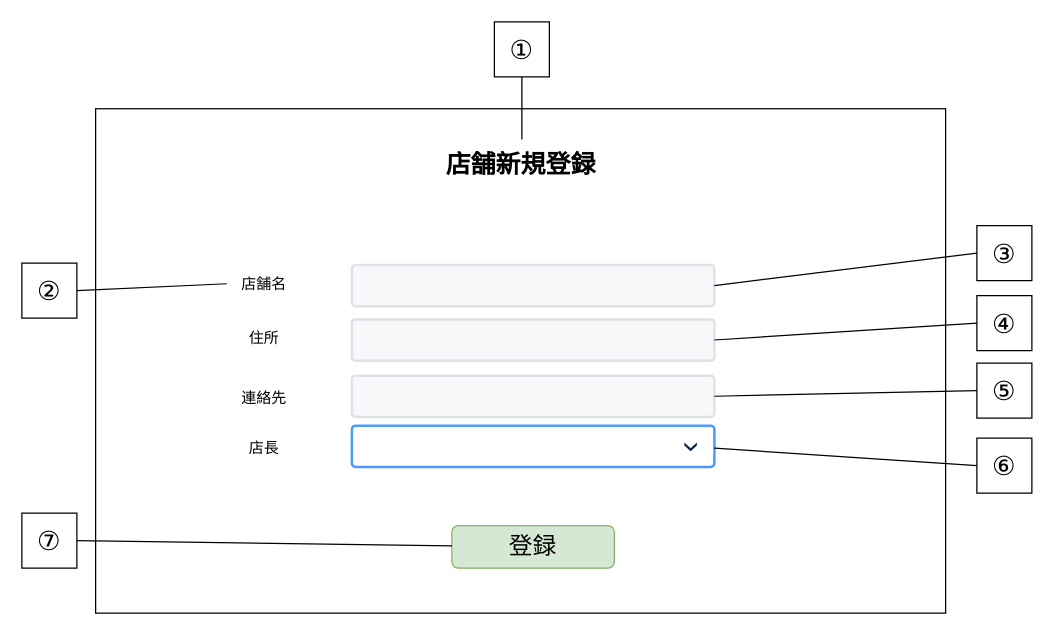
This is page "店舗_新規登録画面" (2 of 10) of 各種設計書/6.画面設計書/画面設計.drawio from HaruShim/Sotuken, a draw.io file, before an edit. Source tidied: cells renumbered, new cells numbered last; positions are measured from the earlier drawing's top-left corner, leaving out a move shared by most shapes. Both pictures are drawn from the tidied source at 125%, with x=0, y=0 at pixel (21, 21).
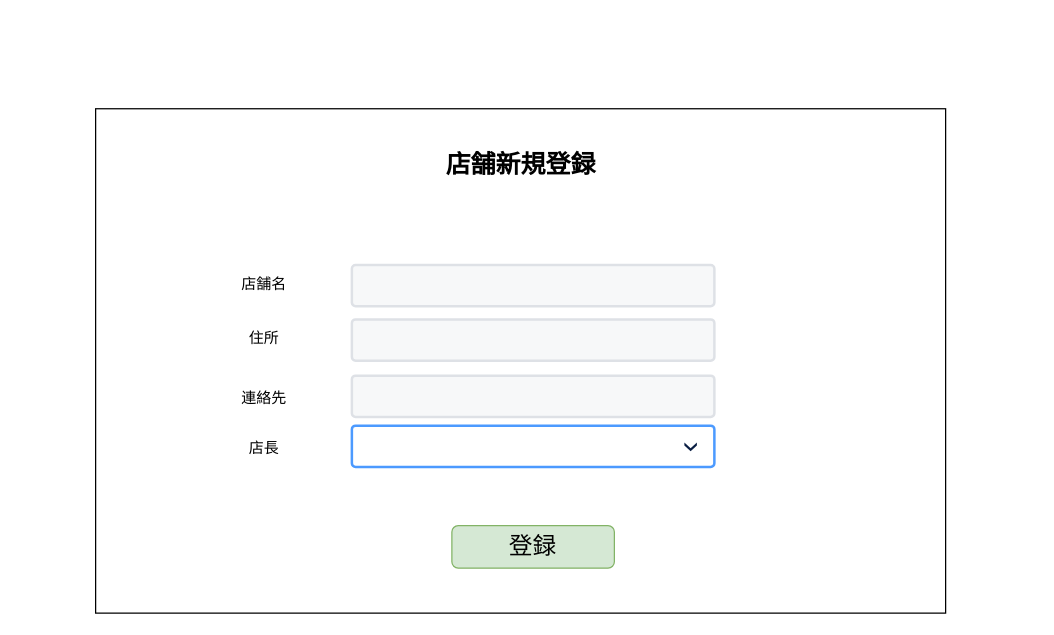
After the change.

Unchanged cells that the change refers to:
```xml
<mxCell id="4" value="店舗名" style="text;html=1;strokeColor=none;fillColor=none;align=center;verticalAlign=middle;whiteSpace=wrap;rounded=0;" parent="1" vertex="1">
  <mxGeometry x="164" y="194.5" width="60" height="30" as="geometry" />
</mxCell>
<mxCell id="5" style="rounded=1;arcSize=9;fillColor=#F7F8F9;align=left;spacingLeft=5;strokeColor=#DEE1E6;html=1;strokeWidth=2;fontSize=12;" parent="1" vertex="1">
  <mxGeometry x="264" y="194.5" width="290" height="33" as="geometry" />
</mxCell>
<mxCell id="7" style="rounded=1;arcSize=9;fillColor=#F7F8F9;align=left;spacingLeft=5;strokeColor=#DEE1E6;html=1;strokeWidth=2;fontSize=12;" parent="1" vertex="1">
  <mxGeometry x="264" y="238" width="290" height="33" as="geometry" />
</mxCell>
<mxCell id="9" style="rounded=1;arcSize=9;fillColor=#F7F8F9;align=left;spacingLeft=5;strokeColor=#DEE1E6;html=1;strokeWidth=2;fontSize=12;" parent="1" vertex="1">
  <mxGeometry x="264" y="283" width="290" height="33" as="geometry" />
</mxCell>
<mxCell id="13" value="&lt;span style=&quot;font-size: 19px&quot;&gt;登録&lt;/span&gt;" style="rounded=1;whiteSpace=wrap;html=1;align=center;labelBackgroundColor=none;fillColor=#d5e8d4;strokeColor=#82b366;" parent="1" vertex="1">
  <mxGeometry x="344" y="403" width="130" height="34" as="geometry" />
</mxCell>
```

What changed in the source:
```diff
@@
-    <mxCell id="2" style="rounded=0;whiteSpace=wrap;html=1;fillColor=default;strokeColor=default;fontColor=default;" parent="1" vertex="1">
+    <mxCell id="2" style="rounded=0;whiteSpace=wrap;html=1;" parent="1" vertex="1">
       <mxGeometry x="59" y="69.5" width="680" height="403.5" as="geometry" />
     </mxCell>
@@
-    <mxCell id="14" parent="0" />
-    <mxCell id="15" value="①" style="whiteSpace=wrap;html=1;fontSize=21;" parent="14" vertex="1">
-      <mxGeometry x="378" width="44" height="44" as="geometry" />
-    </mxCell>
-    <mxCell id="16" style="endArrow=none;html=1;rounded=0;fontSize=19;entryX=0.5;entryY=1;entryDx=0;entryDy=0;" parent="14" edge="1" target="15">
-      <mxGeometry relative="1" as="geometry">
-        <mxPoint x="400" y="94" as="sourcePoint" />
-      </mxGeometry>
-    </mxCell>
-    <mxCell id="17" value="②" style="whiteSpace=wrap;html=1;fontSize=21;" parent="14" vertex="1">
-      <mxGeometry y="193" width="44" height="44" as="geometry" />
-    </mxCell>
-    <mxCell id="18" style="endArrow=none;html=1;rounded=0;fontSize=19;entryX=1;entryY=0.5;entryDx=0;entryDy=0;exitX=0;exitY=0.5;exitDx=0;exitDy=0;" parent="14" edge="1" source="4" target="17">
-      <mxGeometry relative="1" as="geometry" />
-    </mxCell>
-    <mxCell id="19" value="③" style="whiteSpace=wrap;html=1;fontSize=21;" parent="14" vertex="1">
-      <mxGeometry x="764" y="163" width="44" height="44" as="geometry" />
-    </mxCell>
-    <mxCell id="20" style="endArrow=none;html=1;rounded=0;fontSize=19;entryX=0;entryY=0.5;entryDx=0;entryDy=0;exitX=1;exitY=0.5;exitDx=0;exitDy=0;" parent="14" edge="1" source="5" target="19">
-      <mxGeometry relative="1" as="geometry" />
-    </mxCell>
-    <mxCell id="21" value="④" style="whiteSpace=wrap;html=1;fontSize=21;" parent="14" vertex="1">
-      <mxGeometry x="764" y="219" width="44" height="44" as="geometry" />
-    </mxCell>
-    <mxCell id="22" style="endArrow=none;html=1;rounded=0;fontSize=19;entryX=0;entryY=0.5;entryDx=0;entryDy=0;exitX=1;exitY=0.5;exitDx=0;exitDy=0;" parent="14" edge="1" source="7" target="21">
-      <mxGeometry relative="1" as="geometry" />
-    </mxCell>
-    <mxCell id="23" value="⑤" style="whiteSpace=wrap;html=1;fontSize=21;" parent="14" vertex="1">
-      <mxGeometry x="764" y="273" width="44" height="44" as="geometry" />
-    </mxCell>
-    <mxCell id="24" style="endArrow=none;html=1;rounded=0;fontSize=19;entryX=0;entryY=0.5;entryDx=0;entryDy=0;exitX=1;exitY=0.5;exitDx=0;exitDy=0;" parent="14" edge="1" source="9" target="23">
-      <mxGeometry relative="1" as="geometry" />
-    </mxCell>
-    <mxCell id="25" value="⑥" style="whiteSpace=wrap;html=1;fontSize=21;" parent="14" vertex="1">
-      <mxGeometry x="764" y="333" width="44" height="44" as="geometry" />
-    </mxCell>
-    <mxCell id="26" style="endArrow=none;html=1;rounded=0;fontSize=19;entryX=0;entryY=0.5;entryDx=0;entryDy=0;exitX=1;exitY=0.5;exitDx=0;exitDy=0;" parent="14" edge="1" target="25">
-      <mxGeometry relative="1" as="geometry">
-        <mxPoint x="554" y="341" as="sourcePoint" />
-      </mxGeometry>
-    </mxCell>
-    <mxCell id="27" value="⑦" style="whiteSpace=wrap;html=1;fontSize=21;" parent="14" vertex="1">
-      <mxGeometry y="393" width="44" height="44" as="geometry" />
-    </mxCell>
-    <mxCell id="28" style="endArrow=none;html=1;rounded=0;fontSize=19;entryX=1;entryY=0.5;entryDx=0;entryDy=0;" parent="14" edge="1" source="13" target="27">
-      <mxGeometry relative="1" as="geometry" />
-    </mxCell>
```
